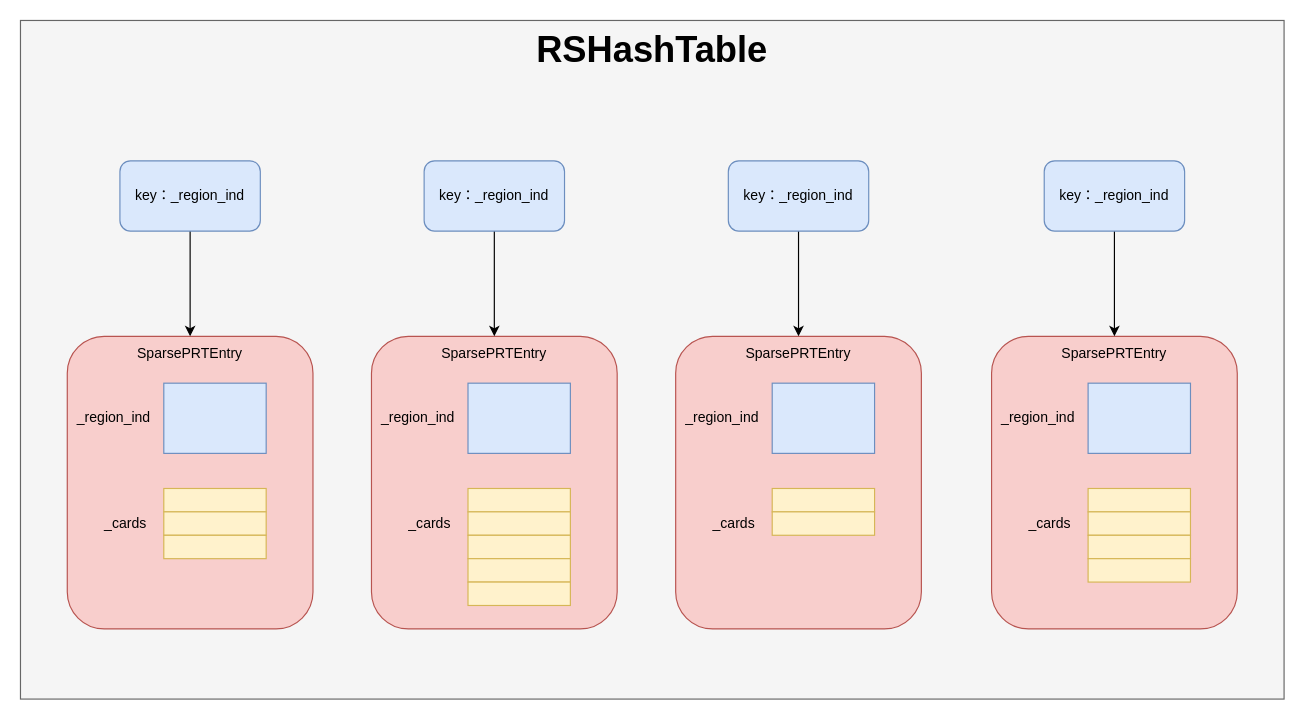
The draw.io diagram page "稀疏prt" (1 of 2) of programming/Java/md/gc/src/drawio/rset.drawio in thankyoumyteens/note, before the edit. Source tidied: cells renumbered, new cells numbered last; positions are measured from the earlier drawing's top-left corner, leaving out a move shared by most shapes. Both pictures are drawn from the tidied source at 117%, with x=0, y=0 at pixel (20, 20).
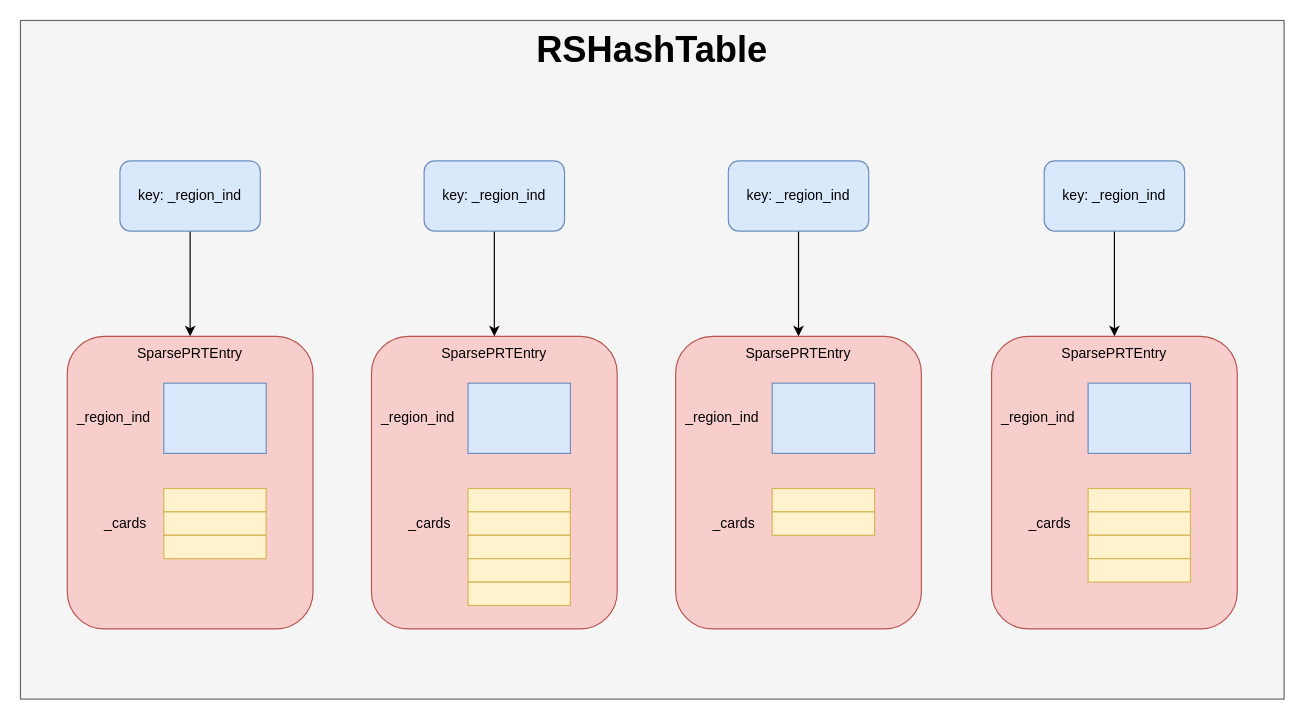
After the change.

Diff of the diagram source:
```diff
@@
-    <mxCell id="13" value="key：_region_ind" style="rounded=1;whiteSpace=wrap;html=1;fillColor=#dae8fc;strokeColor=#6c8ebf;" parent="1" vertex="1">
+    <mxCell id="13" value="key: _region_ind" style="rounded=1;whiteSpace=wrap;html=1;fillColor=#dae8fc;strokeColor=#6c8ebf;" parent="1" vertex="1">
       <mxGeometry x="85" y="120" width="120" height="60" as="geometry" />
     </mxCell>
@@
-    <mxCell id="23" value="key：_region_ind" style="rounded=1;whiteSpace=wrap;html=1;fillColor=#dae8fc;strokeColor=#6c8ebf;" parent="1" vertex="1">
+    <mxCell id="23" value="key: _region_ind" style="rounded=1;whiteSpace=wrap;html=1;fillColor=#dae8fc;strokeColor=#6c8ebf;" parent="1" vertex="1">
       <mxGeometry x="345" y="120" width="120" height="60" as="geometry" />
     </mxCell>
@@
-    <mxCell id="32" value="key：_region_ind" style="rounded=1;whiteSpace=wrap;html=1;fillColor=#dae8fc;strokeColor=#6c8ebf;" parent="1" vertex="1">
+    <mxCell id="32" value="key: _region_ind" style="rounded=1;whiteSpace=wrap;html=1;fillColor=#dae8fc;strokeColor=#6c8ebf;" parent="1" vertex="1">
       <mxGeometry x="605" y="120" width="120" height="60" as="geometry" />
     </mxCell>
@@
-    <mxCell id="42" value="key：_region_ind" style="rounded=1;whiteSpace=wrap;html=1;fillColor=#dae8fc;strokeColor=#6c8ebf;" parent="1" vertex="1">
+    <mxCell id="42" value="key: _region_ind" style="rounded=1;whiteSpace=wrap;html=1;fillColor=#dae8fc;strokeColor=#6c8ebf;" parent="1" vertex="1">
       <mxGeometry x="875" y="120" width="120" height="60" as="geometry" />
     </mxCell>
```
